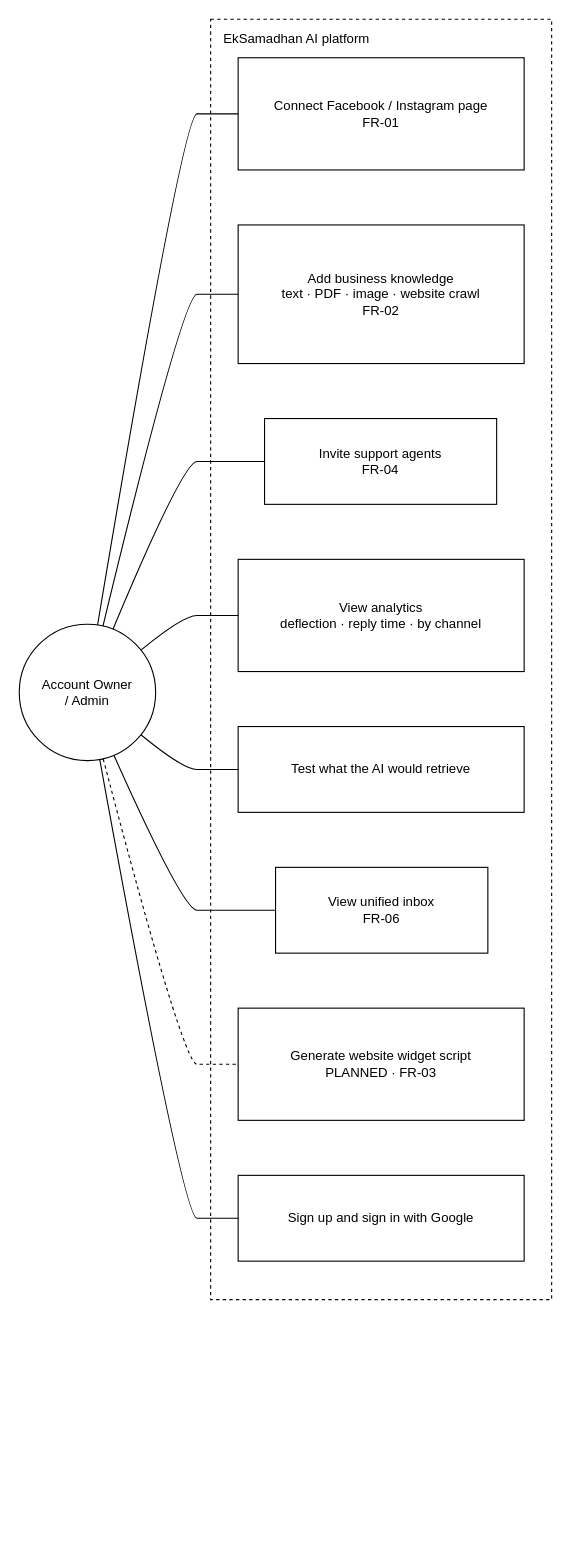
This is docs/system-design/draw.io/use-case/use-case-account-owner.drawio from SayubShakya/eksamadhan-ai, a draw.io file, before an edit. Source tidied: cells renumbered, new cells numbered last; positions are measured from the earlier drawing's top-left corner, leaving out a move shared by most shapes. Both pictures are drawn from the tidied source at 110%, with x=0, y=0 at pixel (19, 19).
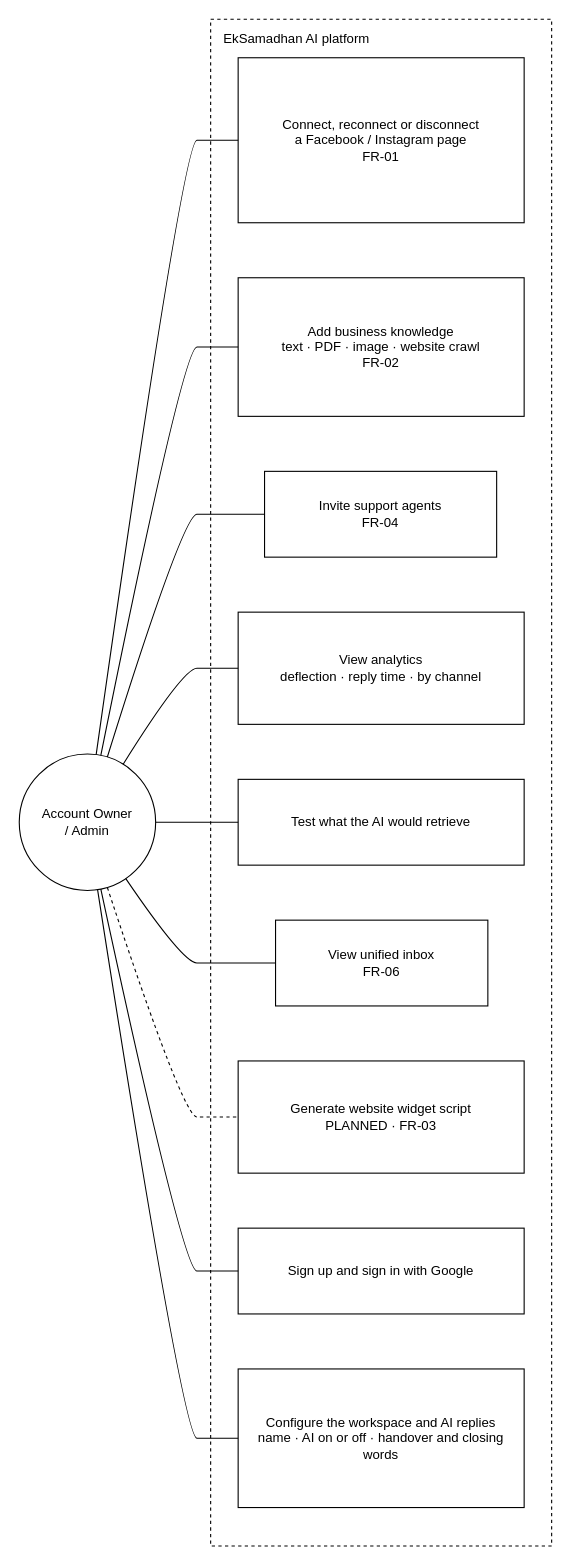
Above is the later version.

Change to the diagram source:
```diff
@@
     <mxCell id="2" value="EkSamadhan AI platform" style="rounded=0;whiteSpace=wrap;html=1;dashed=1;fillColor=none;verticalAlign=top;align=left;spacingLeft=10;spacingTop=4;" parent="1" vertex="1">
-      <mxGeometry x="174" width="310" height="1164" as="geometry" />
+      <mxGeometry x="174" width="310" height="1388" as="geometry" />
     </mxCell>
     <mxCell id="3" value="Account Owner&lt;br/&gt;/ Admin" style="ellipse;whiteSpace=wrap;html=1;" parent="1" vertex="1">
-      <mxGeometry y="550" width="124" height="124" as="geometry" />
+      <mxGeometry y="668" width="124" height="124" as="geometry" />
     </mxCell>
-    <mxCell id="4" value="Connect Facebook / Instagram page&lt;br/&gt;FR-01" style="rounded=0;whiteSpace=wrap;html=1;" parent="2" vertex="1">
-      <mxGeometry x="25" y="35" width="260" height="102" as="geometry" />
+    <mxCell id="4" value="Connect, reconnect or disconnect&lt;br/&gt;a Facebook / Instagram page&lt;br/&gt;FR-01" style="rounded=0;whiteSpace=wrap;html=1;" parent="2" vertex="1">
+      <mxGeometry x="25" y="35" width="260" height="150" as="geometry" />
     </mxCell>
     <mxCell id="5" value="Add business knowledge&lt;br/&gt;text · PDF · image · website crawl&lt;br/&gt;FR-02" style="rounded=0;whiteSpace=wrap;html=1;" parent="2" vertex="1">
-      <mxGeometry x="25" y="187" width="260" height="126" as="geometry" />
+      <mxGeometry x="25" y="235" width="260" height="126" as="geometry" />
     </mxCell>
     <mxCell id="6" value="Invite support agents&lt;br/&gt;FR-04" style="rounded=0;whiteSpace=wrap;html=1;" parent="2" vertex="1">
-      <mxGeometry x="49" y="363" width="211" height="78" as="geometry" />
+      <mxGeometry x="49" y="411" width="211" height="78" as="geometry" />
     </mxCell>
     <mxCell id="7" value="View analytics&lt;br/&gt;deflection · reply time · by channel" style="rounded=0;whiteSpace=wrap;html=1;" parent="2" vertex="1">
-      <mxGeometry x="25" y="491" width="260" height="102" as="geometry" />
+      <mxGeometry x="25" y="539" width="260" height="102" as="geometry" />
     </mxCell>
     <mxCell id="8" value="Test what the AI would retrieve" style="rounded=0;whiteSpace=wrap;html=1;" parent="2" vertex="1">
-      <mxGeometry x="25" y="643" width="260" height="78" as="geometry" />
+      <mxGeometry x="25" y="691" width="260" height="78" as="geometry" />
     </mxCell>
     <mxCell id="9" value="View unified inbox&lt;br/&gt;FR-06" style="rounded=0;whiteSpace=wrap;html=1;" parent="2" vertex="1">
-      <mxGeometry x="59" y="771" width="193" height="78" as="geometry" />
+      <mxGeometry x="59" y="819" width="193" height="78" as="geometry" />
     </mxCell>
     <mxCell id="10" value="Generate website widget script&lt;br/&gt;PLANNED · FR-03" style="rounded=0;whiteSpace=wrap;html=1;" parent="2" vertex="1">
-      <mxGeometry x="25" y="899" width="260" height="102" as="geometry" />
+      <mxGeometry x="25" y="947" width="260" height="102" as="geometry" />
     </mxCell>
     <mxCell id="11" value="Sign up and sign in with Google" style="rounded=0;whiteSpace=wrap;html=1;" parent="2" vertex="1">
-      <mxGeometry x="25" y="1051" width="260" height="78" as="geometry" />
+      <mxGeometry x="25" y="1099" width="260" height="78" as="geometry" />
     </mxCell>
+    <mxCell id="20" value="Configure the workspace and AI replies&lt;br/&gt;name · AI on or off · handover and closing words" style="rounded=0;whiteSpace=wrap;html=1;" parent="2" vertex="1">
+      <mxGeometry x="25" y="1227" width="260" height="126" as="geometry" />
+    </mxCell>
-    <mxCell id="12" style="edgeStyle=none;curved=1;html=1;endArrow=none;exitX=0.58;exitY=0.01;exitDx=0;exitDy=0;entryX=0.00;entryY=0.50;entryDx=0;entryDy=0;" parent="1" edge="1" source="3" target="4">
+    <mxCell id="12" style="edgeStyle=none;curved=1;html=1;endArrow=none;exitX=0.57;exitY=0.00;exitDx=0;exitDy=0;entryX=0.00;entryY=0.50;entryDx=0;entryDy=0;" parent="1" edge="1" source="3" target="4">
       <mxGeometry relative="1" as="geometry">
         <Array as="points">
-          <mxPoint x="149" y="86" />
-          <mxPoint x="174" y="86" />
+          <mxPoint x="149" y="110" />
+          <mxPoint x="174" y="110" />
         </Array>
       </mxGeometry>
     </mxCell>
-    <mxCell id="13" style="edgeStyle=none;curved=1;html=1;endArrow=none;exitX=0.62;exitY=0.01;exitDx=0;exitDy=0;entryX=0.00;entryY=0.50;entryDx=0;entryDy=0;" parent="1" edge="1" source="3" target="5">
+    <mxCell id="13" style="edgeStyle=none;curved=1;html=1;endArrow=none;exitX=0.60;exitY=0.01;exitDx=0;exitDy=0;entryX=0.00;entryY=0.50;entryDx=0;entryDy=0;" parent="1" edge="1" source="3" target="5">
       <mxGeometry relative="1" as="geometry">
         <Array as="points">
-          <mxPoint x="149" y="250" />
-          <mxPoint x="174" y="250" />
+          <mxPoint x="149" y="298" />
+          <mxPoint x="174" y="298" />
         </Array>
       </mxGeometry>
     </mxCell>
-    <mxCell id="14" style="edgeStyle=none;curved=1;html=1;endArrow=none;exitX=0.69;exitY=0.04;exitDx=0;exitDy=0;entryX=0.00;entryY=0.50;entryDx=0;entryDy=0;" parent="1" edge="1" source="3" target="6">
+    <mxCell id="14" style="edgeStyle=none;curved=1;html=1;endArrow=none;exitX=0.65;exitY=0.02;exitDx=0;exitDy=0;entryX=0.00;entryY=0.50;entryDx=0;entryDy=0;" parent="1" edge="1" source="3" target="6">
       <mxGeometry relative="1" as="geometry">
         <Array as="points">
-          <mxPoint x="149" y="402" />
-          <mxPoint x="174" y="402" />
+          <mxPoint x="149" y="450" />
+          <mxPoint x="174" y="450" />
         </Array>
       </mxGeometry>
     </mxCell>
-    <mxCell id="15" style="edgeStyle=none;curved=1;html=1;endArrow=none;exitX=0.89;exitY=0.19;exitDx=0;exitDy=0;entryX=0.00;entryY=0.50;entryDx=0;entryDy=0;" parent="1" edge="1" source="3" target="7">
+    <mxCell id="15" style="edgeStyle=none;curved=1;html=1;endArrow=none;exitX=0.76;exitY=0.08;exitDx=0;exitDy=0;entryX=0.00;entryY=0.50;entryDx=0;entryDy=0;" parent="1" edge="1" source="3" target="7">
       <mxGeometry relative="1" as="geometry">
         <Array as="points">
-          <mxPoint x="149" y="542" />
-          <mxPoint x="174" y="542" />
+          <mxPoint x="149" y="590" />
+          <mxPoint x="174" y="590" />
         </Array>
       </mxGeometry>
     </mxCell>
-    <mxCell id="16" style="edgeStyle=none;curved=1;html=1;endArrow=none;exitX=0.89;exitY=0.81;exitDx=0;exitDy=0;entryX=0.00;entryY=0.50;entryDx=0;entryDy=0;" parent="1" edge="1" source="3" target="8">
+    <mxCell id="16" style="edgeStyle=none;curved=1;html=1;endArrow=none;exitX=1.00;exitY=0.50;exitDx=0;exitDy=0;entryX=0.00;entryY=0.50;entryDx=0;entryDy=0;" parent="1" edge="1" source="3" target="8">
       <mxGeometry relative="1" as="geometry">
         <Array as="points">
-          <mxPoint x="149" y="682" />
-          <mxPoint x="174" y="682" />
+          <mxPoint x="149" y="730" />
+          <mxPoint x="174" y="730" />
         </Array>
       </mxGeometry>
     </mxCell>
-    <mxCell id="17" style="edgeStyle=none;curved=1;html=1;endArrow=none;exitX=0.70;exitY=0.96;exitDx=0;exitDy=0;entryX=0.00;entryY=0.50;entryDx=0;entryDy=0;" parent="1" edge="1" source="3" target="9">
+    <mxCell id="17" style="edgeStyle=none;curved=1;html=1;endArrow=none;exitX=0.78;exitY=0.91;exitDx=0;exitDy=0;entryX=0.00;entryY=0.50;entryDx=0;entryDy=0;" parent="1" edge="1" source="3" target="9">
       <mxGeometry relative="1" as="geometry">
         <Array as="points">
-          <mxPoint x="149" y="810" />
-          <mxPoint x="174" y="810" />
+          <mxPoint x="149" y="858" />
+          <mxPoint x="174" y="858" />
         </Array>
       </mxGeometry>
     </mxCell>
-    <mxCell id="18" style="edgeStyle=none;curved=1;html=1;endArrow=none;exitX=0.59;exitY=0.99;exitDx=0;exitDy=0;entryX=0.00;entryY=0.50;entryDx=0;entryDy=0;" parent="1" edge="1" source="3" target="11">
+    <mxCell id="18" style="edgeStyle=none;curved=1;html=1;endArrow=none;exitX=0.60;exitY=0.99;exitDx=0;exitDy=0;entryX=0.00;entryY=0.50;entryDx=0;entryDy=0;" parent="1" edge="1" source="3" target="11">
       <mxGeometry relative="1" as="geometry">
         <Array as="points">
-          <mxPoint x="149" y="1090" />
-          <mxPoint x="174" y="1090" />
+          <mxPoint x="149" y="1138" />
+          <mxPoint x="174" y="1138" />
         </Array>
       </mxGeometry>
     </mxCell>
-    <mxCell id="19" style="edgeStyle=none;curved=1;html=1;dashed=1;endArrow=none;exitX=0.62;exitY=0.98;exitDx=0;exitDy=0;entryX=0.00;entryY=0.50;entryDx=0;entryDy=0;" parent="1" edge="1" source="3" target="10">
+    <mxCell id="19" style="edgeStyle=none;curved=1;html=1;endArrow=none;exitX=0.58;exitY=0.99;exitDx=0;exitDy=0;entryX=0.00;entryY=0.50;entryDx=0;entryDy=0;" parent="1" edge="1" source="3" target="20">
       <mxGeometry relative="1" as="geometry">
         <Array as="points">
-          <mxPoint x="149" y="950" />
-          <mxPoint x="174" y="950" />
+          <mxPoint x="149" y="1290" />
+          <mxPoint x="174" y="1290" />
         </Array>
       </mxGeometry>
     </mxCell>
+    <mxCell id="21" style="edgeStyle=none;curved=1;html=1;dashed=1;endArrow=none;exitX=0.65;exitY=0.98;exitDx=0;exitDy=0;entryX=0.00;entryY=0.50;entryDx=0;entryDy=0;" parent="1" edge="1" source="3" target="10">
+      <mxGeometry relative="1" as="geometry">
+        <Array as="points">
+          <mxPoint x="149" y="998" />
+          <mxPoint x="174" y="998" />
+        </Array>
+      </mxGeometry>
+    </mxCell>
```
